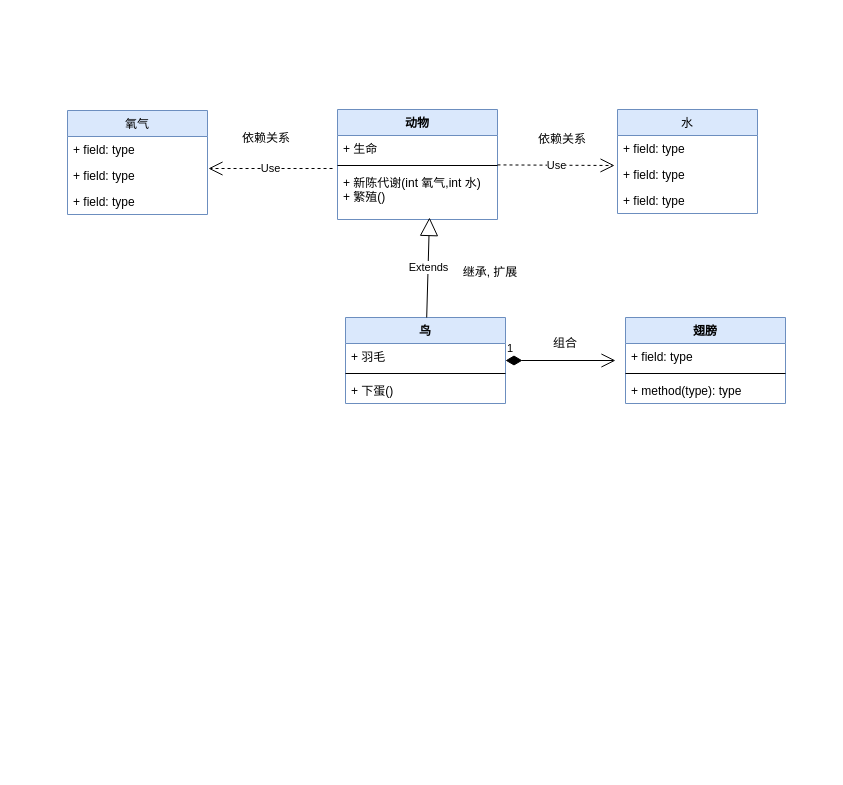
Above: binder/diagram/UML example.drawio in cuijpus/Android (draw.io), before the change. Source tidied: cells renumbered, new cells numbered last; positions are measured from the earlier drawing's top-left corner, leaving out a move shared by most shapes. Both pictures are drawn from the tidied source at 100%, with x=0, y=0 at pixel (67, 109).
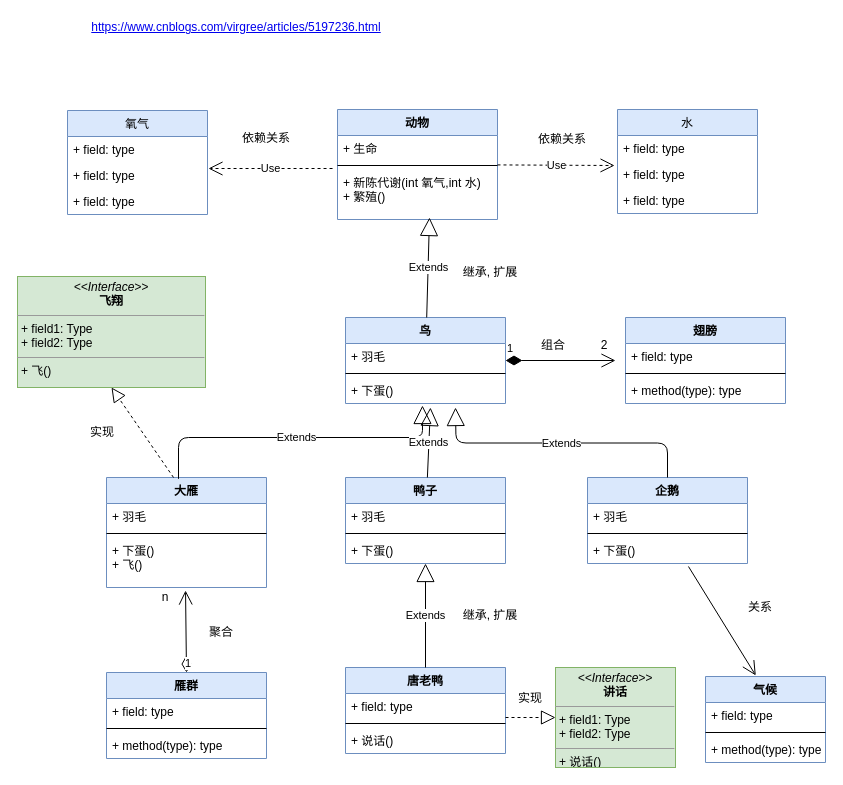
The same diagram, later.

Unchanged cells that the change refers to:
```xml
<mxCell id="21" value="+ 下蛋()" style="text;strokeColor=none;fillColor=none;align=left;verticalAlign=top;spacingLeft=4;spacingRight=4;overflow=hidden;points=[[0,0.5],[1,0.5]];portConstraint=eastwest;" parent="18" vertex="1">
  <mxGeometry y="60" width="160" height="26" as="geometry" />
</mxCell>
```

Change to the diagram source:
```diff
@@
     <mxCell id="29" value="组合" style="text;html=1;strokeColor=none;fillColor=none;align=center;verticalAlign=middle;whiteSpace=wrap;rounded=0;" parent="1" vertex="1">
-      <mxGeometry x="473" y="224" width="50" height="20" as="geometry" />
+      <mxGeometry x="461" y="226" width="50" height="20" as="geometry" />
     </mxCell>
+    <mxCell id="30" value="大雁" style="swimlane;fontStyle=1;align=center;verticalAlign=top;horizontal=1;startSize=26;fillColor=#dae8fc;strokeColor=#6c8ebf;" parent="1" vertex="1">
+      <mxGeometry x="39" y="368" width="160" height="110" as="geometry" />
+    </mxCell>
+    <mxCell id="31" value="+ 羽毛" style="text;strokeColor=none;fillColor=none;align=left;verticalAlign=top;spacingLeft=4;spacingRight=4;overflow=hidden;" parent="30" vertex="1">
+      <mxGeometry y="26" width="160" height="26" as="geometry" />
+    </mxCell>
+    <mxCell id="32" style="line;strokeWidth=1;fillColor=none;align=left;verticalAlign=middle;spacingTop=-1;spacingLeft=3;spacingRight=3;labelPosition=right;" parent="30" vertex="1">
+      <mxGeometry y="52" width="160" height="8" as="geometry" />
+    </mxCell>
+    <mxCell id="33" value="+ 下蛋()&#10;+ 飞()&#10;" style="text;strokeColor=none;fillColor=none;align=left;verticalAlign=top;spacingLeft=4;spacingRight=4;overflow=hidden;points=[[0,0.5],[1,0.5]];portConstraint=eastwest;" parent="30" vertex="1">
+      <mxGeometry y="60" width="160" height="50" as="geometry" />
+    </mxCell>
+    <mxCell id="34" value="企鹅" style="swimlane;fontStyle=1;align=center;verticalAlign=top;horizontal=1;startSize=26;fillColor=#dae8fc;strokeColor=#6c8ebf;" parent="1" vertex="1">
+      <mxGeometry x="520" y="368" width="160" height="86" as="geometry" />
+    </mxCell>
+    <mxCell id="35" value="+ 羽毛" style="text;strokeColor=none;fillColor=none;align=left;verticalAlign=top;spacingLeft=4;spacingRight=4;overflow=hidden;" parent="34" vertex="1">
+      <mxGeometry y="26" width="160" height="26" as="geometry" />
+    </mxCell>
+    <mxCell id="36" style="line;strokeWidth=1;fillColor=none;align=left;verticalAlign=middle;spacingTop=-1;spacingLeft=3;spacingRight=3;labelPosition=right;" parent="34" vertex="1">
+      <mxGeometry y="52" width="160" height="8" as="geometry" />
+    </mxCell>
+    <mxCell id="37" value="+ 下蛋()" style="text;strokeColor=none;fillColor=none;align=left;verticalAlign=top;spacingLeft=4;spacingRight=4;overflow=hidden;points=[[0,0.5],[1,0.5]];portConstraint=eastwest;" parent="34" vertex="1">
+      <mxGeometry y="60" width="160" height="26" as="geometry" />
+    </mxCell>
+    <mxCell id="38" value="鸭子" style="swimlane;fontStyle=1;align=center;verticalAlign=top;horizontal=1;startSize=26;fillColor=#dae8fc;strokeColor=#6c8ebf;" parent="1" vertex="1">
+      <mxGeometry x="278" y="368" width="160" height="86" as="geometry" />
+    </mxCell>
+    <mxCell id="39" value="+ 羽毛" style="text;strokeColor=none;fillColor=none;align=left;verticalAlign=top;spacingLeft=4;spacingRight=4;overflow=hidden;" parent="38" vertex="1">
+      <mxGeometry y="26" width="160" height="26" as="geometry" />
+    </mxCell>
+    <mxCell id="40" style="line;strokeWidth=1;fillColor=none;align=left;verticalAlign=middle;spacingTop=-1;spacingLeft=3;spacingRight=3;labelPosition=right;" parent="38" vertex="1">
+      <mxGeometry y="52" width="160" height="8" as="geometry" />
+    </mxCell>
+    <mxCell id="41" value="+ 下蛋()" style="text;strokeColor=none;fillColor=none;align=left;verticalAlign=top;spacingLeft=4;spacingRight=4;overflow=hidden;points=[[0,0.5],[1,0.5]];portConstraint=eastwest;" parent="38" vertex="1">
+      <mxGeometry y="60" width="160" height="26" as="geometry" />
+    </mxCell>
+    <mxCell id="42" value="Extends" style="endArrow=block;endSize=16;endFill=0;html=1;entryX=0.481;entryY=1.077;entryDx=0;entryDy=0;entryPerimeter=0;exitX=0.45;exitY=0.012;exitDx=0;exitDy=0;exitPerimeter=0;edgeStyle=orthogonalEdgeStyle;" parent="1" edge="1" source="30" target="21">
+      <mxGeometry relative="1" as="geometry">
+        <Array as="points">
+          <mxPoint x="111" y="328" />
+          <mxPoint x="355" y="328" />
+        </Array>
+      </mxGeometry>
+    </mxCell>
+    <mxCell id="43" value="Extends" style="endArrow=block;endSize=16;endFill=0;html=1;entryX=0.531;entryY=1.154;entryDx=0;entryDy=0;entryPerimeter=0;" parent="1" edge="1" source="38" target="21">
+      <mxGeometry relative="1" as="geometry" />
+    </mxCell>
+    <mxCell id="44" value="Extends" style="endArrow=block;endSize=16;endFill=0;html=1;edgeStyle=orthogonalEdgeStyle;exitX=0.5;exitY=0;exitDx=0;exitDy=0;" parent="1" edge="1" source="34">
+      <mxGeometry relative="1" as="geometry">
+        <mxPoint x="388" y="298" as="targetPoint" />
+      </mxGeometry>
+    </mxCell>
+    <mxCell id="45" value="&lt;p style=&quot;margin: 0px ; margin-top: 4px ; text-align: center&quot;&gt;&lt;i&gt;&amp;lt;&amp;lt;Interface&amp;gt;&amp;gt;&lt;/i&gt;&lt;br&gt;&lt;b&gt;飞翔&lt;/b&gt;&lt;/p&gt;&lt;hr size=&quot;1&quot;&gt;&lt;p style=&quot;margin: 0px ; margin-left: 4px&quot;&gt;+ field1: Type&lt;br&gt;+ field2: Type&lt;/p&gt;&lt;hr size=&quot;1&quot;&gt;&lt;p style=&quot;margin: 0px ; margin-left: 4px&quot;&gt;+ 飞()&lt;/p&gt;" style="verticalAlign=top;align=left;overflow=fill;fontSize=12;fontFamily=Helvetica;html=1;fillColor=#d5e8d4;strokeColor=#82b366;" parent="1" vertex="1">
+      <mxGeometry x="-50" y="167" width="188" height="111" as="geometry" />
+    </mxCell>
+    <mxCell id="46" style="endArrow=block;dashed=1;endFill=0;endSize=12;html=1;entryX=0.5;entryY=1;entryDx=0;entryDy=0;exitX=0.419;exitY=0;exitDx=0;exitDy=0;exitPerimeter=0;" parent="1" edge="1" source="30" target="45">
+      <mxGeometry relative="1" as="geometry" />
+    </mxCell>
+    <mxCell id="47" value="实现" style="text;html=1;strokeColor=none;fillColor=none;align=center;verticalAlign=middle;whiteSpace=wrap;rounded=0;" parent="1" vertex="1">
+      <mxGeometry y="318" width="70" height="10" as="geometry" />
+    </mxCell>
+    <mxCell id="48" value="雁群" style="swimlane;fontStyle=1;align=center;verticalAlign=top;horizontal=1;startSize=26;fillColor=#dae8fc;strokeColor=#6c8ebf;" parent="1" vertex="1">
+      <mxGeometry x="39" y="563" width="160" height="86" as="geometry" />
+    </mxCell>
+    <mxCell id="49" value="+ field: type" style="text;strokeColor=none;fillColor=none;align=left;verticalAlign=top;spacingLeft=4;spacingRight=4;overflow=hidden;" parent="48" vertex="1">
+      <mxGeometry y="26" width="160" height="26" as="geometry" />
+    </mxCell>
+    <mxCell id="50" style="line;strokeWidth=1;fillColor=none;align=left;verticalAlign=middle;spacingTop=-1;spacingLeft=3;spacingRight=3;labelPosition=right;" parent="48" vertex="1">
+      <mxGeometry y="52" width="160" height="8" as="geometry" />
+    </mxCell>
+    <mxCell id="51" value="+ method(type): type" style="text;strokeColor=none;fillColor=none;align=left;verticalAlign=top;spacingLeft=4;spacingRight=4;overflow=hidden;" parent="48" vertex="1">
+      <mxGeometry y="60" width="160" height="26" as="geometry" />
+    </mxCell>
+    <mxCell id="52" value="唐老鸭" style="swimlane;fontStyle=1;align=center;verticalAlign=top;horizontal=1;startSize=26;fillColor=#dae8fc;strokeColor=#6c8ebf;" parent="1" vertex="1">
+      <mxGeometry x="278" y="558" width="160" height="86" as="geometry" />
+    </mxCell>
+    <mxCell id="53" value="+ field: type" style="text;strokeColor=none;fillColor=none;align=left;verticalAlign=top;spacingLeft=4;spacingRight=4;overflow=hidden;" parent="52" vertex="1">
+      <mxGeometry y="26" width="160" height="26" as="geometry" />
+    </mxCell>
+    <mxCell id="54" style="line;strokeWidth=1;fillColor=none;align=left;verticalAlign=middle;spacingTop=-1;spacingLeft=3;spacingRight=3;labelPosition=right;" parent="52" vertex="1">
+      <mxGeometry y="52" width="160" height="8" as="geometry" />
+    </mxCell>
+    <mxCell id="55" value="+ 说话()" style="text;strokeColor=none;fillColor=none;align=left;verticalAlign=top;spacingLeft=4;spacingRight=4;overflow=hidden;" parent="52" vertex="1">
+      <mxGeometry y="60" width="160" height="26" as="geometry" />
+    </mxCell>
+    <mxCell id="56" value="&lt;p style=&quot;margin: 0px ; margin-top: 4px ; text-align: center&quot;&gt;&lt;i&gt;&amp;lt;&amp;lt;Interface&amp;gt;&amp;gt;&lt;/i&gt;&lt;br&gt;&lt;b&gt;讲话&lt;/b&gt;&lt;/p&gt;&lt;hr size=&quot;1&quot;&gt;&lt;p style=&quot;margin: 0px ; margin-left: 4px&quot;&gt;+ field1: Type&lt;br&gt;+ field2: Type&lt;/p&gt;&lt;hr size=&quot;1&quot;&gt;&lt;p style=&quot;margin: 0px ; margin-left: 4px&quot;&gt;+ 说话()&lt;/p&gt;" style="verticalAlign=top;align=left;overflow=fill;fontSize=12;fontFamily=Helvetica;html=1;fillColor=#d5e8d4;strokeColor=#82b366;" parent="1" vertex="1">
+      <mxGeometry x="488" y="558" width="120" height="100" as="geometry" />
+    </mxCell>
+    <mxCell id="57" value="Extends" style="endArrow=block;endSize=16;endFill=0;html=1;" parent="1" edge="1" source="52" target="41">
+      <mxGeometry relative="1" as="geometry" />
+    </mxCell>
+    <mxCell id="58" style="endArrow=block;dashed=1;endFill=0;endSize=12;html=1;" parent="1" edge="1">
+      <mxGeometry relative="1" as="geometry">
+        <mxPoint x="438" y="608" as="sourcePoint" />
+        <mxPoint x="488" y="608" as="targetPoint" />
+      </mxGeometry>
+    </mxCell>
+    <mxCell id="59" value="气候" style="swimlane;fontStyle=1;align=center;verticalAlign=top;horizontal=1;startSize=26;fillColor=#dae8fc;strokeColor=#6c8ebf;" parent="1" vertex="1">
+      <mxGeometry x="638" y="567" width="120" height="86" as="geometry" />
+    </mxCell>
+    <mxCell id="60" value="+ field: type" style="text;strokeColor=none;fillColor=none;align=left;verticalAlign=top;spacingLeft=4;spacingRight=4;overflow=hidden;" parent="59" vertex="1">
+      <mxGeometry y="26" width="120" height="26" as="geometry" />
+    </mxCell>
+    <mxCell id="61" style="line;strokeWidth=1;fillColor=none;align=left;verticalAlign=middle;spacingTop=-1;spacingLeft=3;spacingRight=3;labelPosition=right;" parent="59" vertex="1">
+      <mxGeometry y="52" width="120" height="8" as="geometry" />
+    </mxCell>
+    <mxCell id="62" value="+ method(type): type" style="text;strokeColor=none;fillColor=none;align=left;verticalAlign=top;spacingLeft=4;spacingRight=4;overflow=hidden;" parent="59" vertex="1">
+      <mxGeometry y="60" width="120" height="26" as="geometry" />
+    </mxCell>
+    <mxCell id="63" style="endArrow=open;endFill=1;endSize=12;html=1;exitX=0.631;exitY=1.115;exitDx=0;exitDy=0;exitPerimeter=0;entryX=0.419;entryY=-0.012;entryDx=0;entryDy=0;entryPerimeter=0;" parent="1" edge="1" source="37" target="59">
+      <mxGeometry relative="1" as="geometry" />
+    </mxCell>
+    <mxCell id="64" value="关系" style="text;html=1;strokeColor=none;fillColor=none;align=center;verticalAlign=middle;whiteSpace=wrap;rounded=0;" parent="1" vertex="1">
+      <mxGeometry x="668" y="488" width="50" height="20" as="geometry" />
+    </mxCell>
+    <mxCell id="65" value="实现" style="text;html=1;strokeColor=none;fillColor=none;align=center;verticalAlign=middle;whiteSpace=wrap;rounded=0;" parent="1" vertex="1">
+      <mxGeometry x="428" y="584" width="70" height="10" as="geometry" />
+    </mxCell>
+    <mxCell id="66" value="1" style="endArrow=open;html=1;endSize=12;startArrow=diamondThin;startSize=14;startFill=0;align=left;verticalAlign=bottom;entryX=0.494;entryY=1.06;entryDx=0;entryDy=0;entryPerimeter=0;exitX=0.5;exitY=0;exitDx=0;exitDy=0;" parent="1" edge="1" source="48" target="33">
+      <mxGeometry x="-1" y="3" relative="1" as="geometry" />
+    </mxCell>
+    <mxCell id="67" value="聚合" style="text;html=1;strokeColor=none;fillColor=none;align=center;verticalAlign=middle;whiteSpace=wrap;rounded=0;" parent="1" vertex="1">
+      <mxGeometry x="119" y="518" width="70" height="10" as="geometry" />
+    </mxCell>
+    <mxCell id="68" value="n" style="text;html=1;strokeColor=none;fillColor=none;align=center;verticalAlign=middle;whiteSpace=wrap;rounded=0;" parent="1" vertex="1">
+      <mxGeometry x="63" y="483" width="70" height="10" as="geometry" />
+    </mxCell>
+    <mxCell id="69" value="继承, 扩展" style="text;html=1;strokeColor=none;fillColor=none;align=center;verticalAlign=middle;whiteSpace=wrap;rounded=0;" parent="1" vertex="1">
+      <mxGeometry x="388" y="501" width="70" height="10" as="geometry" />
+    </mxCell>
+    <mxCell id="70" value="2" style="text;html=1;strokeColor=none;fillColor=none;align=center;verticalAlign=middle;whiteSpace=wrap;rounded=0;" parent="1" vertex="1">
+      <mxGeometry x="512" y="226" width="50" height="20" as="geometry" />
+    </mxCell>
+    <mxCell id="71" value="&lt;a href=&quot;https://www.cnblogs.com/virgree/articles/5197236.html&quot;&gt;https://www.cnblogs.com/virgree/articles/5197236.html&lt;/a&gt;" style="text;html=1;strokeColor=none;fillColor=none;align=center;verticalAlign=middle;whiteSpace=wrap;rounded=0;" parent="1" vertex="1">
+      <mxGeometry x="149" y="-92" width="40" height="20" as="geometry" />
+    </mxCell>
```
